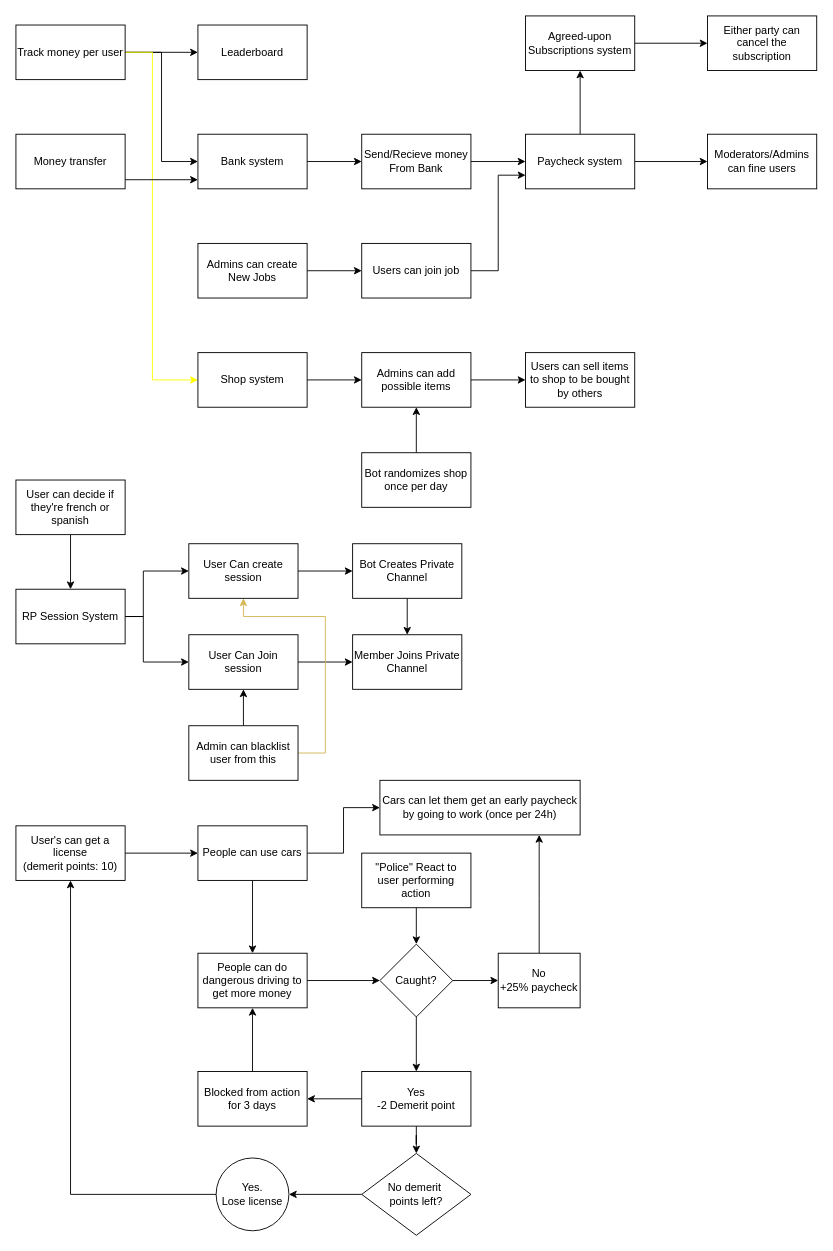
Before: documentation/roadmap.drawio in Ames-hub/Metrobot, a draw.io diagram. Source tidied: cells renumbered, new cells numbered last; positions are measured from the earlier drawing's top-left corner, leaving out a move shared by most shapes. Both pictures are drawn from the tidied source at 91%, with x=0, y=0 at pixel (15, 15).
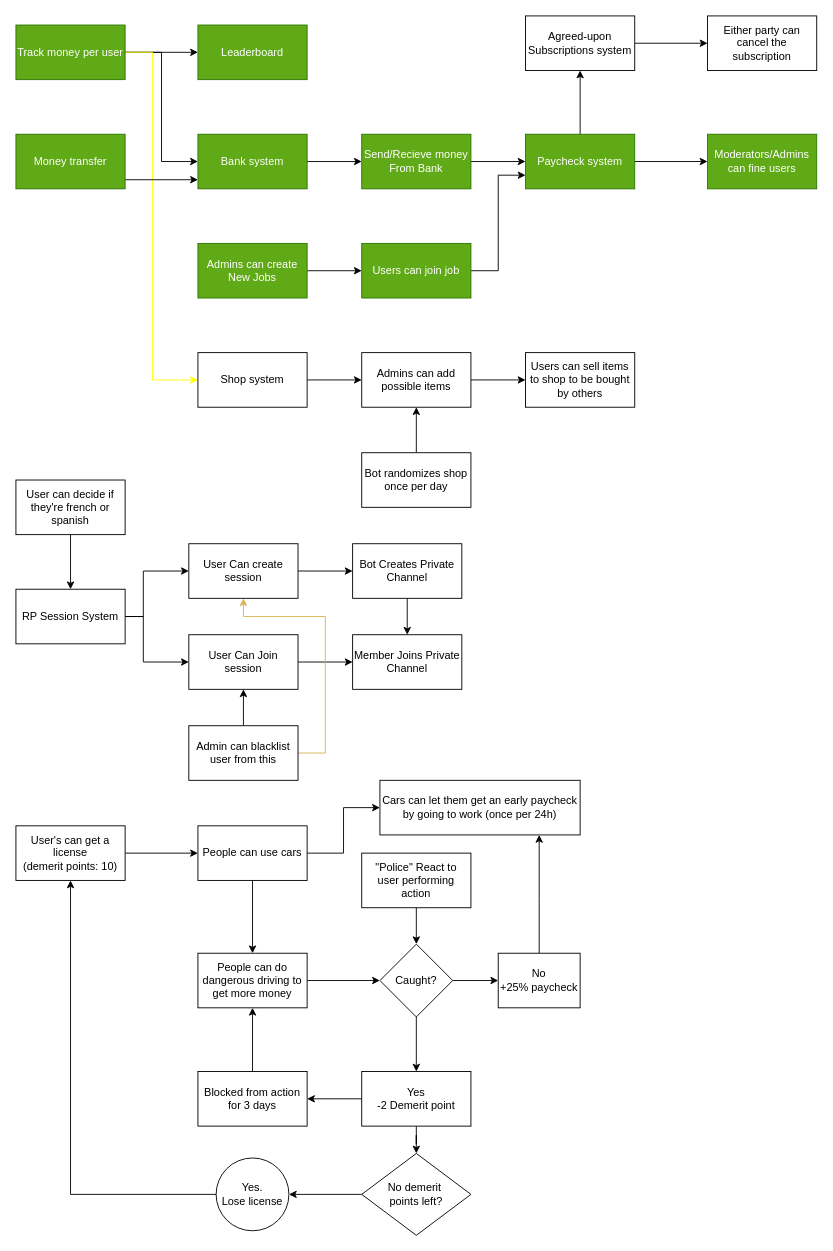
After the change.

The edit, as a diff of the source:
```diff
@@
-    <mxCell id="5" value="Track money per user" style="rounded=0;whiteSpace=wrap;html=1;" parent="1" vertex="1">
+    <mxCell id="5" value="Track money per user" style="rounded=0;whiteSpace=wrap;html=1;fillColor=#60a917;fontColor=#ffffff;strokeColor=#2D7600;" parent="1" vertex="1">
       <mxGeometry y="10" width="120" height="60" as="geometry" />
     </mxCell>
-    <mxCell id="6" value="Leaderboard" style="rounded=0;whiteSpace=wrap;html=1;" parent="1" vertex="1">
+    <mxCell id="6" value="Leaderboard" style="rounded=0;whiteSpace=wrap;html=1;fillColor=#60a917;fontColor=#ffffff;strokeColor=#2D7600;" parent="1" vertex="1">
       <mxGeometry x="200" y="10" width="120" height="60" as="geometry" />
     </mxCell>
@@
-    <mxCell id="8" value="Money transfer" style="rounded=0;whiteSpace=wrap;html=1;" parent="1" vertex="1">
+    <mxCell id="8" value="Money transfer" style="rounded=0;whiteSpace=wrap;html=1;fillColor=#60a917;fontColor=#ffffff;strokeColor=#2D7600;" parent="1" vertex="1">
       <mxGeometry y="130" width="120" height="60" as="geometry" />
     </mxCell>
@@
-    <mxCell id="10" value="Bank system" style="rounded=0;whiteSpace=wrap;html=1;" parent="1" vertex="1">
+    <mxCell id="10" value="Bank system" style="rounded=0;whiteSpace=wrap;html=1;fillColor=#60a917;fontColor=#ffffff;strokeColor=#2D7600;" parent="1" vertex="1">
       <mxGeometry x="200" y="130" width="120" height="60" as="geometry" />
     </mxCell>
@@
-    <mxCell id="12" value="Send/Recieve money&lt;div&gt;From Bank&lt;/div&gt;" style="rounded=0;whiteSpace=wrap;html=1;" parent="1" vertex="1">
+    <mxCell id="12" value="Send/Recieve money&lt;div&gt;From Bank&lt;/div&gt;" style="rounded=0;whiteSpace=wrap;html=1;fillColor=#60a917;fontColor=#ffffff;strokeColor=#2D7600;" parent="1" vertex="1">
       <mxGeometry x="380" y="130" width="120" height="60" as="geometry" />
     </mxCell>
@@
-    <mxCell id="15" value="Paycheck system" style="rounded=0;whiteSpace=wrap;html=1;" parent="1" vertex="1">
+    <mxCell id="15" value="Paycheck system" style="rounded=0;whiteSpace=wrap;html=1;fillColor=#60a917;fontColor=#ffffff;strokeColor=#2D7600;" parent="1" vertex="1">
       <mxGeometry x="560" y="130" width="120" height="60" as="geometry" />
     </mxCell>
@@
-    <mxCell id="17" value="Users can join job" style="rounded=0;whiteSpace=wrap;html=1;" parent="1" vertex="1">
+    <mxCell id="17" value="Users can join job" style="rounded=0;whiteSpace=wrap;html=1;fillColor=#60a917;fontColor=#ffffff;strokeColor=#2D7600;" parent="1" vertex="1">
       <mxGeometry x="380" y="250" width="120" height="60" as="geometry" />
     </mxCell>
@@
-    <mxCell id="19" value="Admins can c&lt;span style=&quot;background-color: initial;&quot;&gt;reate New Jobs&lt;/span&gt;" style="rounded=0;whiteSpace=wrap;html=1;" parent="1" vertex="1">
+    <mxCell id="19" value="Admins can c&lt;span style=&quot;background-color: initial;&quot;&gt;reate New Jobs&lt;/span&gt;" style="rounded=0;whiteSpace=wrap;html=1;fillColor=#60a917;fontColor=#ffffff;strokeColor=#2D7600;" parent="1" vertex="1">
       <mxGeometry x="200" y="250" width="120" height="60" as="geometry" />
     </mxCell>
@@
-    <mxCell id="30" value="Moderators/Admins&lt;div&gt;can fine users&lt;/div&gt;" style="rounded=0;whiteSpace=wrap;html=1;" parent="1" vertex="1">
+    <mxCell id="30" value="Moderators/Admins&lt;div&gt;can fine users&lt;/div&gt;" style="rounded=0;whiteSpace=wrap;html=1;fillColor=#60a917;fontColor=#ffffff;strokeColor=#2D7600;" parent="1" vertex="1">
       <mxGeometry x="760" y="130" width="120" height="60" as="geometry" />
     </mxCell>
```
